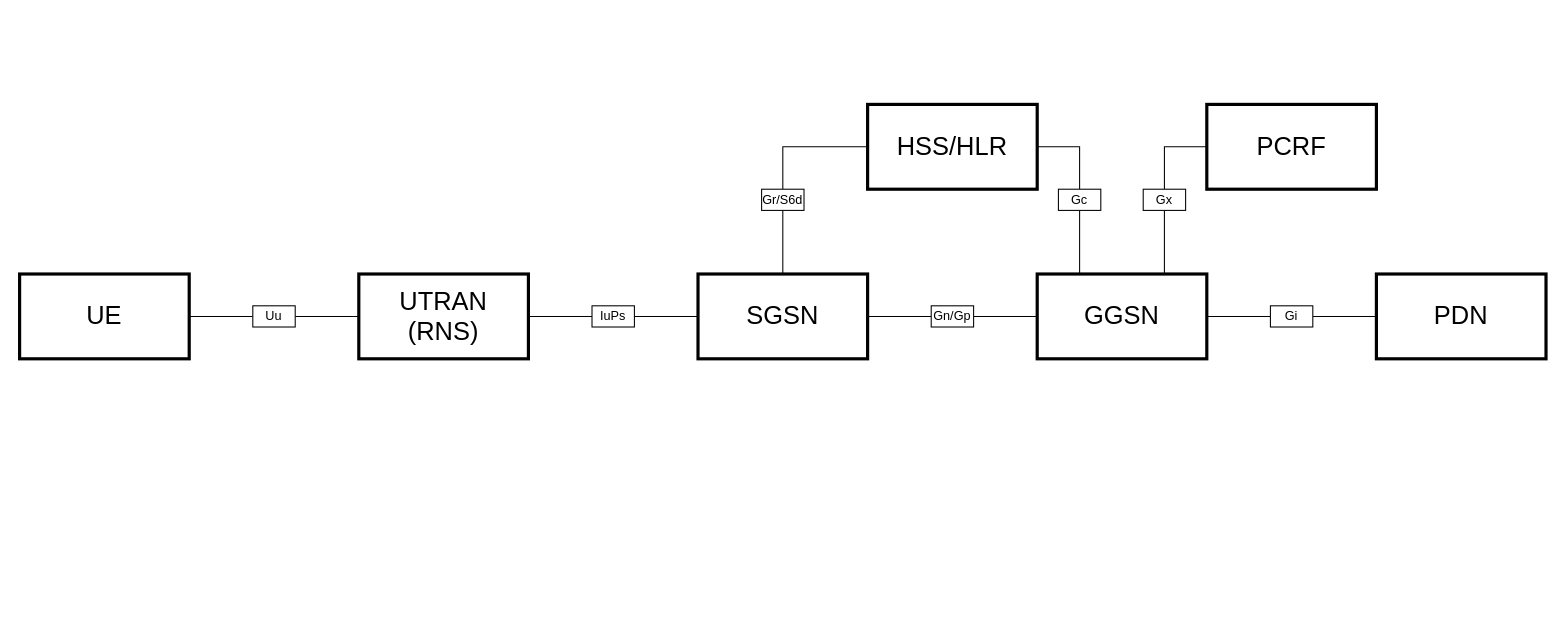
Earlier version of the draw.io diagram page "gprs-architecture" (3 of 4) of drawio/core-network.drawio (amirsarebani81/core-network). Source tidied: cells renumbered, new cells numbered last; positions are measured from the earlier drawing's top-left corner, leaving out a move shared by most shapes. Both pictures are drawn from the tidied source at 106%, with x=0, y=0 at pixel (19, 104).
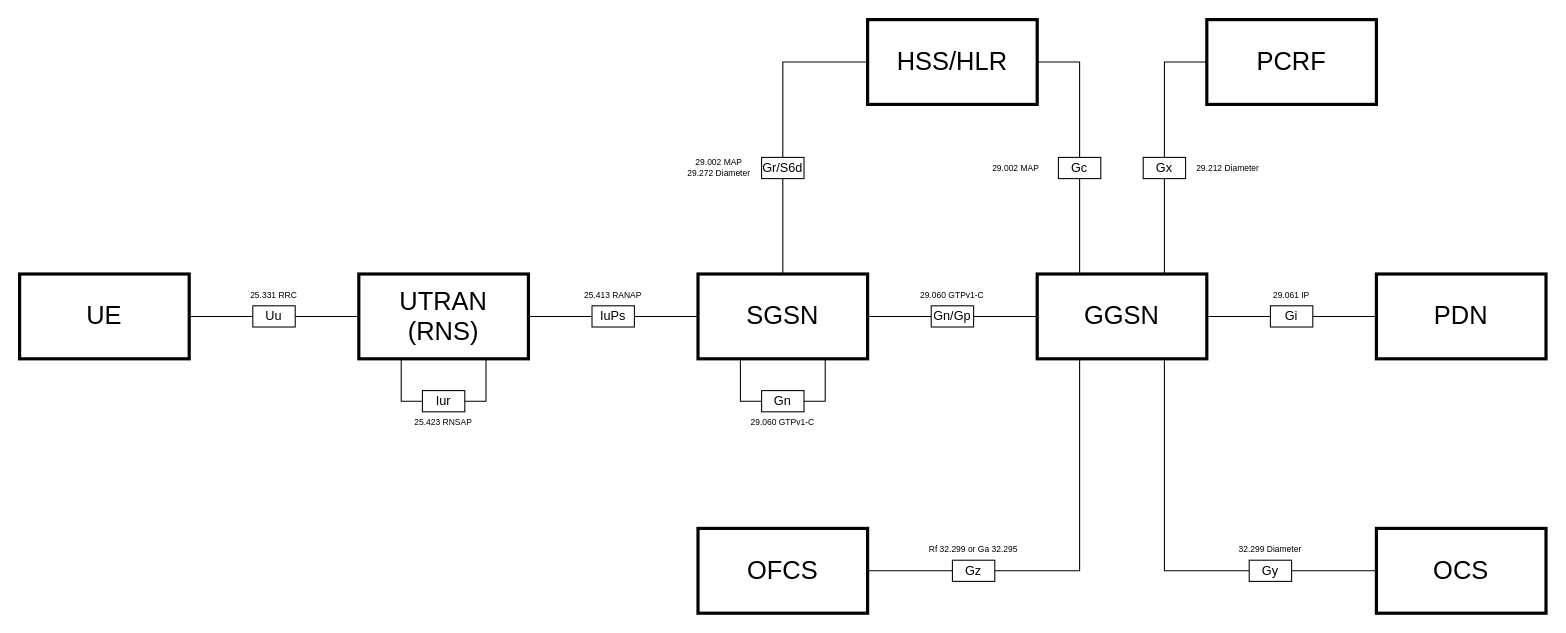
Above is the later version.

The change refers to these unchanged cells:
```xml
<mxCell id="3" value="UE" style="rounded=0;whiteSpace=wrap;html=1;fontFamily=Helvetica;fontSize=24;strokeWidth=3;convertToSvg=1;svgWhiteSpace=wrap;" parent="1" vertex="1">
  <mxGeometry y="160" width="160" height="80" as="geometry" />
</mxCell>
<mxCell id="5" value="UTRAN&lt;br&gt;(RNS)" style="rounded=0;whiteSpace=wrap;html=1;fontFamily=Helvetica;fontSize=24;strokeWidth=3;convertToSvg=1;svgWhiteSpace=wrap;" parent="1" vertex="1">
  <mxGeometry x="320" y="160" width="160" height="80" as="geometry" />
</mxCell>
<mxCell id="8" value="SGSN" style="rounded=0;whiteSpace=wrap;html=1;fontFamily=Helvetica;fontSize=24;strokeWidth=3;convertToSvg=1;svgWhiteSpace=wrap;" parent="1" vertex="1">
  <mxGeometry x="640" y="160" width="160" height="80" as="geometry" />
</mxCell>
<mxCell id="12" value="GGSN" style="rounded=0;whiteSpace=wrap;html=1;fontFamily=Helvetica;fontSize=24;strokeWidth=3;convertToSvg=1;svgWhiteSpace=wrap;" parent="1" vertex="1">
  <mxGeometry x="960" y="160" width="160" height="80" as="geometry" />
</mxCell>
<mxCell id="13" value="PDN" style="rounded=0;whiteSpace=wrap;html=1;fontFamily=Helvetica;fontSize=24;strokeWidth=3;convertToSvg=1;svgWhiteSpace=wrap;" parent="1" vertex="1">
  <mxGeometry x="1280" y="160" width="160" height="80" as="geometry" />
</mxCell>
```

Change to the diagram source:
```diff
@@
-    <mxCell id="2" style="edgeStyle=orthogonalEdgeStyle;rounded=0;jettySize=auto;html=1;exitX=1;exitY=0.5;exitDx=0;exitDy=0;entryX=0;entryY=0.5;entryDx=0;entryDy=0;endArrow=none;endFill=0;" parent="1" edge="1" source="3" target="15">
-      <mxGeometry relative="1" as="geometry" />
-    </mxCell>
@@
-    <mxCell id="4" style="edgeStyle=orthogonalEdgeStyle;rounded=0;jettySize=auto;html=1;exitX=1;exitY=0.5;exitDx=0;exitDy=0;entryX=0;entryY=0.5;entryDx=0;entryDy=0;endArrow=none;endFill=0;" parent="1" edge="1" source="5" target="17">
-      <mxGeometry relative="1" as="geometry" />
-    </mxCell>
@@
-    <mxCell id="6" style="edgeStyle=orthogonalEdgeStyle;rounded=0;jettySize=auto;html=1;exitX=1;exitY=0.5;exitDx=0;exitDy=0;entryX=0;entryY=0.5;entryDx=0;entryDy=0;endArrow=none;endFill=0;" parent="1" edge="1" source="8" target="19">
-      <mxGeometry relative="1" as="geometry" />
-    </mxCell>
-    <mxCell id="7" style="edgeStyle=orthogonalEdgeStyle;rounded=0;jettySize=auto;html=1;exitX=0.5;exitY=0;exitDx=0;exitDy=0;entryX=0.5;entryY=1;entryDx=0;entryDy=0;endArrow=none;endFill=0;" parent="1" edge="1" source="8" target="24">
-      <mxGeometry relative="1" as="geometry" />
-    </mxCell>
@@
-    <mxCell id="9" style="edgeStyle=orthogonalEdgeStyle;rounded=0;jettySize=auto;html=1;exitX=1;exitY=0.5;exitDx=0;exitDy=0;entryX=0;entryY=0.5;entryDx=0;entryDy=0;endArrow=none;endFill=0;" parent="1" edge="1" source="12" target="21">
-      <mxGeometry relative="1" as="geometry" />
-    </mxCell>
-    <mxCell id="10" style="edgeStyle=orthogonalEdgeStyle;rounded=0;jettySize=auto;html=1;exitX=0.25;exitY=0;exitDx=0;exitDy=0;entryX=0.5;entryY=1;entryDx=0;entryDy=0;endArrow=none;endFill=0;" parent="1" edge="1" source="12" target="26">
-      <mxGeometry relative="1" as="geometry">
-        <Array as="points">
-          <mxPoint x="1000" y="100" />
-        </Array>
-      </mxGeometry>
-    </mxCell>
-    <mxCell id="11" style="edgeStyle=orthogonalEdgeStyle;rounded=0;jettySize=auto;html=1;exitX=0.75;exitY=0;exitDx=0;exitDy=0;entryX=0.5;entryY=1;entryDx=0;entryDy=0;endArrow=none;endFill=0;" parent="1" edge="1" source="12" target="29">
-      <mxGeometry relative="1" as="geometry" />
-    </mxCell>
@@
+    <mxCell id="22" value="HSS/HLR" style="rounded=0;whiteSpace=wrap;html=1;fontFamily=Helvetica;fontSize=24;strokeWidth=3;convertToSvg=1;svgWhiteSpace=wrap;" parent="1" vertex="1">
+      <mxGeometry x="800" y="-80" width="160" height="80" as="geometry" />
+    </mxCell>
+    <mxCell id="27" value="PCRF" style="rounded=0;whiteSpace=wrap;html=1;fontFamily=Helvetica;fontSize=24;strokeWidth=3;convertToSvg=1;svgWhiteSpace=wrap;" parent="1" vertex="1">
+      <mxGeometry x="1120" y="-80" width="160" height="80" as="geometry" />
+    </mxCell>
+    <mxCell id="30" value="OFCS" style="rounded=0;whiteSpace=wrap;html=1;fontFamily=Helvetica;fontSize=24;strokeWidth=3;convertToSvg=1;svgWhiteSpace=wrap;" parent="1" vertex="1">
+      <mxGeometry x="640" y="400" width="160" height="80" as="geometry" />
+    </mxCell>
+    <mxCell id="31" value="OCS" style="rounded=0;whiteSpace=wrap;html=1;fontFamily=Helvetica;fontSize=24;strokeWidth=3;convertToSvg=1;svgWhiteSpace=wrap;" parent="1" vertex="1">
+      <mxGeometry x="1280" y="400" width="160" height="80" as="geometry" />
+    </mxCell>
+    <mxCell id="15" value="Uu" style="rounded=0;whiteSpace=wrap;html=1;fontSize=12;strokeWidth=1;convertToSvg=1;svgWhiteSpace=wrap;" parent="1" vertex="1">
+      <mxGeometry x="220" y="190" width="40" height="20" as="geometry" />
+    </mxCell>
+    <mxCell id="32" value="25.331 RRC" style="text;html=1;whiteSpace=wrap;strokeColor=none;fillColor=none;align=center;verticalAlign=middle;rounded=0;fontSize=8;convertToSvg=1;svgWhiteSpace=wrap;" parent="1" vertex="1">
+      <mxGeometry x="200" y="170" width="80" height="20" as="geometry" />
+    </mxCell>
+    <mxCell id="2" style="edgeStyle=orthogonalEdgeStyle;rounded=0;jettySize=auto;html=1;exitX=1;exitY=0.5;exitDx=0;exitDy=0;entryX=0;entryY=0.5;entryDx=0;entryDy=0;endArrow=none;endFill=0;convertToSvg=1;" parent="1" edge="1" source="3" target="15">
+      <mxGeometry relative="1" as="geometry" />
+    </mxCell>
-    <mxCell id="14" style="edgeStyle=orthogonalEdgeStyle;rounded=0;jettySize=auto;html=1;exitX=1;exitY=0.5;exitDx=0;exitDy=0;entryX=0;entryY=0.5;entryDx=0;entryDy=0;endArrow=none;endFill=0;" parent="1" edge="1" source="15" target="5">
+    <mxCell id="14" style="edgeStyle=orthogonalEdgeStyle;rounded=0;jettySize=auto;html=1;exitX=1;exitY=0.5;exitDx=0;exitDy=0;entryX=0;entryY=0.5;entryDx=0;entryDy=0;endArrow=none;endFill=0;convertToSvg=1;" parent="1" edge="1" source="15" target="5">
       <mxGeometry relative="1" as="geometry" />
     </mxCell>
-    <mxCell id="15" value="Uu" style="rounded=0;whiteSpace=wrap;html=1;fontSize=12;strokeWidth=1;convertToSvg=1;svgWhiteSpace=wrap;" parent="1" vertex="1">
-      <mxGeometry x="220" y="190" width="40" height="20" as="geometry" />
-    </mxCell>
+    <mxCell id="17" value="IuPs" style="rounded=0;whiteSpace=wrap;html=1;fontSize=12;strokeWidth=1;convertToSvg=1;svgWhiteSpace=wrap;" parent="1" vertex="1">
+      <mxGeometry x="540" y="190" width="40" height="20" as="geometry" />
+    </mxCell>
+    <mxCell id="33" value="25.413 RANAP" style="text;html=1;whiteSpace=wrap;strokeColor=none;fillColor=none;align=center;verticalAlign=middle;rounded=0;fontSize=8;convertToSvg=1;svgWhiteSpace=wrap;" parent="1" vertex="1">
+      <mxGeometry x="520" y="170" width="80" height="20" as="geometry" />
+    </mxCell>
+    <mxCell id="4" style="edgeStyle=orthogonalEdgeStyle;rounded=0;jettySize=auto;html=1;exitX=1;exitY=0.5;exitDx=0;exitDy=0;entryX=0;entryY=0.5;entryDx=0;entryDy=0;endArrow=none;endFill=0;convertToSvg=1;" parent="1" edge="1" source="5" target="17">
+      <mxGeometry relative="1" as="geometry" />
+    </mxCell>
-    <mxCell id="16" style="edgeStyle=orthogonalEdgeStyle;rounded=0;jettySize=auto;html=1;exitX=1;exitY=0.5;exitDx=0;exitDy=0;entryX=0;entryY=0.5;entryDx=0;entryDy=0;endArrow=none;endFill=0;" parent="1" edge="1" source="17" target="8">
+    <mxCell id="16" style="edgeStyle=orthogonalEdgeStyle;rounded=0;jettySize=auto;html=1;exitX=1;exitY=0.5;exitDx=0;exitDy=0;entryX=0;entryY=0.5;entryDx=0;entryDy=0;endArrow=none;endFill=0;convertToSvg=1;" parent="1" edge="1" source="17" target="8">
       <mxGeometry relative="1" as="geometry" />
     </mxCell>
-    <mxCell id="17" value="IuPs" style="rounded=0;whiteSpace=wrap;html=1;fontSize=12;strokeWidth=1;convertToSvg=1;svgWhiteSpace=wrap;" parent="1" vertex="1">
-      <mxGeometry x="540" y="190" width="40" height="20" as="geometry" />
-    </mxCell>
+    <mxCell id="19" value="Gn/Gp" style="rounded=0;whiteSpace=wrap;html=1;fontSize=12;strokeWidth=1;convertToSvg=1;svgWhiteSpace=wrap;" parent="1" vertex="1">
+      <mxGeometry x="860" y="190" width="40" height="20" as="geometry" />
+    </mxCell>
+    <mxCell id="34" value="29.060 GTPv1-C" style="text;html=1;whiteSpace=wrap;strokeColor=none;fillColor=none;align=center;verticalAlign=middle;rounded=0;fontSize=8;convertToSvg=1;svgWhiteSpace=wrap;" parent="1" vertex="1">
+      <mxGeometry x="840" y="170" width="80" height="20" as="geometry" />
+    </mxCell>
+    <mxCell id="6" style="edgeStyle=orthogonalEdgeStyle;rounded=0;jettySize=auto;html=1;exitX=1;exitY=0.5;exitDx=0;exitDy=0;entryX=0;entryY=0.5;entryDx=0;entryDy=0;endArrow=none;endFill=0;convertToSvg=1;" parent="1" edge="1" source="8" target="19">
+      <mxGeometry relative="1" as="geometry" />
+    </mxCell>
-    <mxCell id="18" style="edgeStyle=orthogonalEdgeStyle;rounded=0;jettySize=auto;html=1;exitX=1;exitY=0.5;exitDx=0;exitDy=0;entryX=0;entryY=0.5;entryDx=0;entryDy=0;endArrow=none;endFill=0;" parent="1" edge="1" source="19" target="12">
+    <mxCell id="18" style="edgeStyle=orthogonalEdgeStyle;rounded=0;jettySize=auto;html=1;exitX=1;exitY=0.5;exitDx=0;exitDy=0;entryX=0;entryY=0.5;entryDx=0;entryDy=0;endArrow=none;endFill=0;convertToSvg=1;" parent="1" edge="1" source="19" target="12">
       <mxGeometry relative="1" as="geometry" />
     </mxCell>
-    <mxCell id="19" value="Gn/Gp" style="rounded=0;whiteSpace=wrap;html=1;fontSize=12;strokeWidth=1;convertToSvg=1;svgWhiteSpace=wrap;" parent="1" vertex="1">
-      <mxGeometry x="860" y="190" width="40" height="20" as="geometry" />
-    </mxCell>
+    <mxCell id="21" value="Gi" style="rounded=0;whiteSpace=wrap;html=1;fontSize=12;strokeWidth=1;convertToSvg=1;svgWhiteSpace=wrap;" parent="1" vertex="1">
+      <mxGeometry x="1180" y="190" width="40" height="20" as="geometry" />
+    </mxCell>
+    <mxCell id="35" value="29.061 IP" style="text;html=1;whiteSpace=wrap;strokeColor=none;fillColor=none;align=center;verticalAlign=middle;rounded=0;fontSize=8;convertToSvg=1;svgWhiteSpace=wrap;" parent="1" vertex="1">
+      <mxGeometry x="1160" y="170" width="80" height="20" as="geometry" />
+    </mxCell>
+    <mxCell id="9" style="edgeStyle=orthogonalEdgeStyle;rounded=0;jettySize=auto;html=1;exitX=1;exitY=0.5;exitDx=0;exitDy=0;entryX=0;entryY=0.5;entryDx=0;entryDy=0;endArrow=none;endFill=0;convertToSvg=1;" parent="1" edge="1" source="12" target="21">
+      <mxGeometry relative="1" as="geometry" />
+    </mxCell>
-    <mxCell id="20" style="edgeStyle=orthogonalEdgeStyle;rounded=0;jettySize=auto;html=1;exitX=1;exitY=0.5;exitDx=0;exitDy=0;entryX=0;entryY=0.5;entryDx=0;entryDy=0;endArrow=none;endFill=0;" parent="1" edge="1" source="21" target="13">
+    <mxCell id="20" style="edgeStyle=orthogonalEdgeStyle;rounded=0;jettySize=auto;html=1;exitX=1;exitY=0.5;exitDx=0;exitDy=0;entryX=0;entryY=0.5;entryDx=0;entryDy=0;endArrow=none;endFill=0;convertToSvg=1;" parent="1" edge="1" source="21" target="13">
       <mxGeometry relative="1" as="geometry" />
     </mxCell>
-    <mxCell id="21" value="Gi" style="rounded=0;whiteSpace=wrap;html=1;fontSize=12;strokeWidth=1;convertToSvg=1;svgWhiteSpace=wrap;" parent="1" vertex="1">
-      <mxGeometry x="1180" y="190" width="40" height="20" as="geometry" />
-    </mxCell>
-    <mxCell id="22" value="HSS/HLR" style="rounded=0;whiteSpace=wrap;html=1;fontFamily=Helvetica;fontSize=24;strokeWidth=3;convertToSvg=1;svgWhiteSpace=wrap;" parent="1" vertex="1">
-      <mxGeometry x="800" width="160" height="80" as="geometry" />
-    </mxCell>
+    <mxCell id="36" value="Iur" style="rounded=0;whiteSpace=wrap;html=1;fontSize=12;strokeWidth=1;convertToSvg=1;svgWhiteSpace=wrap;" parent="1" vertex="1">
+      <mxGeometry x="380" y="270" width="40" height="20" as="geometry" />
+    </mxCell>
+    <mxCell id="37" value="25.423 RNSAP" style="text;html=1;whiteSpace=wrap;strokeColor=none;fillColor=none;align=center;verticalAlign=middle;rounded=0;fontSize=8;convertToSvg=1;svgWhiteSpace=wrap;" parent="1" vertex="1">
+      <mxGeometry x="360" y="290" width="80" height="20" as="geometry" />
+    </mxCell>
+    <mxCell id="38" style="edgeStyle=orthogonalEdgeStyle;rounded=0;jettySize=auto;html=1;exitX=0.25;exitY=1;exitDx=0;exitDy=0;exitPerimeter=0;entryX=0;entryY=0.5;entryDx=0;entryDy=0;endArrow=none;endFill=0;convertToSvg=1;" parent="1" edge="1" source="5" target="36">
+      <mxGeometry relative="1" as="geometry">
+        <Array as="points">
+          <mxPoint x="360" y="280" />
+        </Array>
+      </mxGeometry>
+    </mxCell>
+    <mxCell id="39" style="edgeStyle=orthogonalEdgeStyle;rounded=0;jettySize=auto;html=1;exitX=1;exitY=0.5;exitDx=0;exitDy=0;entryX=0.75;entryY=1;entryDx=0;entryDy=0;entryPerimeter=0;endArrow=none;endFill=0;convertToSvg=1;" parent="1" edge="1" source="36" target="5">
+      <mxGeometry relative="1" as="geometry">
+        <Array as="points">
+          <mxPoint x="440" y="280" />
+        </Array>
+      </mxGeometry>
+    </mxCell>
+    <mxCell id="40" value="Gn" style="rounded=0;whiteSpace=wrap;html=1;fontSize=12;strokeWidth=1;convertToSvg=1;svgWhiteSpace=wrap;" parent="1" vertex="1">
+      <mxGeometry x="700" y="270" width="40" height="20" as="geometry" />
+    </mxCell>
+    <mxCell id="41" value="29.060 GTPv1-C" style="text;html=1;whiteSpace=wrap;strokeColor=none;fillColor=none;align=center;verticalAlign=middle;rounded=0;fontSize=8;convertToSvg=1;svgWhiteSpace=wrap;" parent="1" vertex="1">
+      <mxGeometry x="680" y="290" width="80" height="20" as="geometry" />
+    </mxCell>
+    <mxCell id="42" style="edgeStyle=orthogonalEdgeStyle;rounded=0;jettySize=auto;html=1;exitX=0.25;exitY=1;exitDx=0;exitDy=0;exitPerimeter=0;entryX=0;entryY=0.5;entryDx=0;entryDy=0;endArrow=none;endFill=0;convertToSvg=1;" parent="1" edge="1" source="8" target="40">
+      <mxGeometry relative="1" as="geometry">
+        <Array as="points">
+          <mxPoint x="680" y="280" />
+        </Array>
+      </mxGeometry>
+    </mxCell>
+    <mxCell id="43" style="edgeStyle=orthogonalEdgeStyle;rounded=0;jettySize=auto;html=1;exitX=1;exitY=0.5;exitDx=0;exitDy=0;entryX=0.75;entryY=1;entryDx=0;entryDy=0;entryPerimeter=0;endArrow=none;endFill=0;convertToSvg=1;" parent="1" edge="1" source="40" target="8">
+      <mxGeometry relative="1" as="geometry">
+        <Array as="points">
+          <mxPoint x="760" y="280" />
+        </Array>
+      </mxGeometry>
+    </mxCell>
+    <mxCell id="24" value="Gr/S6d" style="rounded=0;whiteSpace=wrap;html=1;fontSize=12;strokeWidth=1;convertToSvg=1;svgWhiteSpace=wrap;" parent="1" vertex="1">
+      <mxGeometry x="700" y="50" width="40" height="20" as="geometry" />
+    </mxCell>
+    <mxCell id="44" value="29.002 MAP&lt;br&gt;29.272 Diameter" style="text;html=1;whiteSpace=wrap;strokeColor=none;fillColor=none;align=center;verticalAlign=middle;rounded=0;fontSize=8;convertToSvg=1;svgWhiteSpace=wrap;" parent="1" vertex="1">
+      <mxGeometry x="620" y="50" width="80" height="20" as="geometry" />
+    </mxCell>
+    <mxCell id="7" style="edgeStyle=orthogonalEdgeStyle;rounded=0;jettySize=auto;html=1;exitX=0.5;exitY=0;exitDx=0;exitDy=0;entryX=0.5;entryY=1;entryDx=0;entryDy=0;endArrow=none;endFill=0;convertToSvg=1;" parent="1" edge="1" source="8" target="24">
+      <mxGeometry relative="1" as="geometry" />
+    </mxCell>
-    <mxCell id="23" style="edgeStyle=orthogonalEdgeStyle;rounded=0;jettySize=auto;html=1;exitX=0.5;exitY=0;exitDx=0;exitDy=0;entryX=0;entryY=0.5;entryDx=0;entryDy=0;endArrow=none;endFill=0;" parent="1" edge="1" source="24" target="22">
-      <mxGeometry relative="1" as="geometry" />
+    <mxCell id="23" style="edgeStyle=orthogonalEdgeStyle;rounded=0;jettySize=auto;html=1;exitX=0.5;exitY=0;exitDx=0;exitDy=0;entryX=0;entryY=0.5;entryDx=0;entryDy=0;endArrow=none;endFill=0;convertToSvg=1;" parent="1" edge="1" source="24" target="22">
+      <mxGeometry relative="1" as="geometry">
+        <Array as="points">
+          <mxPoint x="720" y="-40" />
+        </Array>
+      </mxGeometry>
     </mxCell>
-    <mxCell id="24" value="Gr/S6d" style="rounded=0;whiteSpace=wrap;html=1;fontSize=12;strokeWidth=1;convertToSvg=1;svgWhiteSpace=wrap;" parent="1" vertex="1">
-      <mxGeometry x="700" y="80" width="40" height="20" as="geometry" />
-    </mxCell>
+    <mxCell id="26" value="Gc" style="rounded=0;whiteSpace=wrap;html=1;fontSize=12;strokeWidth=1;convertToSvg=1;svgWhiteSpace=wrap;" parent="1" vertex="1">
+      <mxGeometry x="980" y="50" width="40" height="20" as="geometry" />
+    </mxCell>
+    <mxCell id="45" value="29.002 MAP" style="text;html=1;whiteSpace=wrap;strokeColor=none;fillColor=none;align=center;verticalAlign=middle;rounded=0;fontSize=8;convertToSvg=1;svgWhiteSpace=wrap;" parent="1" vertex="1">
+      <mxGeometry x="900" y="50" width="80" height="20" as="geometry" />
+    </mxCell>
+    <mxCell id="10" style="edgeStyle=orthogonalEdgeStyle;rounded=0;jettySize=auto;html=1;exitX=0.25;exitY=0;exitDx=0;exitDy=0;exitPerimeter=0;entryX=0.5;entryY=1;entryDx=0;entryDy=0;endArrow=none;endFill=0;convertToSvg=1;" parent="1" edge="1" source="12" target="26">
+      <mxGeometry relative="1" as="geometry" />
+    </mxCell>
-    <mxCell id="25" style="edgeStyle=orthogonalEdgeStyle;rounded=0;jettySize=auto;html=1;exitX=0.5;exitY=0;exitDx=0;exitDy=0;entryX=1;entryY=0.5;entryDx=0;entryDy=0;endArrow=none;endFill=0;" parent="1" edge="1" source="26" target="22">
+    <mxCell id="25" style="edgeStyle=orthogonalEdgeStyle;rounded=0;jettySize=auto;html=1;exitX=0.5;exitY=0;exitDx=0;exitDy=0;entryX=1;entryY=0.5;entryDx=0;entryDy=0;endArrow=none;endFill=0;convertToSvg=1;" parent="1" edge="1" source="26" target="22">
       <mxGeometry relative="1" as="geometry">
         <Array as="points">
-          <mxPoint x="1000" y="40" />
+          <mxPoint x="1000" y="-40" />
         </Array>
       </mxGeometry>
     </mxCell>
-    <mxCell id="26" value="Gc" style="rounded=0;whiteSpace=wrap;html=1;fontSize=12;strokeWidth=1;convertToSvg=1;svgWhiteSpace=wrap;" parent="1" vertex="1">
-      <mxGeometry x="980" y="80" width="40" height="20" as="geometry" />
-    </mxCell>
-    <mxCell id="27" value="PCRF" style="rounded=0;whiteSpace=wrap;html=1;fontFamily=Helvetica;fontSize=24;strokeWidth=3;convertToSvg=1;svgWhiteSpace=wrap;" parent="1" vertex="1">
-      <mxGeometry x="1120" width="160" height="80" as="geometry" />
-    </mxCell>
+    <mxCell id="29" value="Gx" style="rounded=0;whiteSpace=wrap;html=1;fontSize=12;strokeWidth=1;convertToSvg=1;svgWhiteSpace=wrap;" parent="1" vertex="1">
+      <mxGeometry x="1060" y="50" width="40" height="20" as="geometry" />
+    </mxCell>
+    <mxCell id="46" value="29.212 Diameter" style="text;html=1;whiteSpace=wrap;strokeColor=none;fillColor=none;align=center;verticalAlign=middle;rounded=0;fontSize=8;convertToSvg=1;svgWhiteSpace=wrap;" parent="1" vertex="1">
+      <mxGeometry x="1100" y="50" width="80" height="20" as="geometry" />
+    </mxCell>
+    <mxCell id="11" style="edgeStyle=orthogonalEdgeStyle;rounded=0;jettySize=auto;html=1;exitX=0.75;exitY=0;exitDx=0;exitDy=0;exitPerimeter=0;entryX=0.5;entryY=1;entryDx=0;entryDy=0;endArrow=none;endFill=0;convertToSvg=1;" parent="1" edge="1" source="12" target="29">
+      <mxGeometry relative="1" as="geometry" />
+    </mxCell>
-    <mxCell id="28" style="edgeStyle=orthogonalEdgeStyle;rounded=0;jettySize=auto;html=1;exitX=0.5;exitY=0;exitDx=0;exitDy=0;entryX=0;entryY=0.5;entryDx=0;entryDy=0;endArrow=none;endFill=0;" parent="1" edge="1" source="29" target="27">
-      <mxGeometry relative="1" as="geometry" />
+    <mxCell id="28" style="edgeStyle=orthogonalEdgeStyle;rounded=0;jettySize=auto;html=1;exitX=0.5;exitY=0;exitDx=0;exitDy=0;entryX=0;entryY=0.5;entryDx=0;entryDy=0;endArrow=none;endFill=0;convertToSvg=1;" parent="1" edge="1" source="29" target="27">
+      <mxGeometry relative="1" as="geometry">
+        <Array as="points">
+          <mxPoint x="1080" y="-40" />
+        </Array>
+      </mxGeometry>
     </mxCell>
-    <mxCell id="29" value="Gx" style="rounded=0;whiteSpace=wrap;html=1;fontSize=12;strokeWidth=1;convertToSvg=1;svgWhiteSpace=wrap;" parent="1" vertex="1">
-      <mxGeometry x="1060" y="80" width="40" height="20" as="geometry" />
-    </mxCell>
+    <mxCell id="47" value="Gz" style="rounded=0;whiteSpace=wrap;html=1;fontSize=12;strokeWidth=1;convertToSvg=1;svgWhiteSpace=wrap;" parent="1" vertex="1">
+      <mxGeometry x="880" y="430" width="40" height="20" as="geometry" />
+    </mxCell>
+    <mxCell id="48" value="Rf 32.299 or Ga 32.295" style="text;html=1;whiteSpace=wrap;strokeColor=none;fillColor=none;align=center;verticalAlign=middle;rounded=0;fontSize=8;convertToSvg=1;svgWhiteSpace=wrap;" parent="1" vertex="1">
+      <mxGeometry x="840" y="410" width="120" height="20" as="geometry" />
+    </mxCell>
+    <mxCell id="49" style="edgeStyle=orthogonalEdgeStyle;rounded=0;jettySize=auto;html=1;exitX=0.25;exitY=1;exitDx=0;exitDy=0;exitPerimeter=0;entryX=1;entryY=0.5;entryDx=0;entryDy=0;endArrow=none;endFill=0;convertToSvg=1;" parent="1" edge="1" source="12" target="47">
+      <mxGeometry relative="1" as="geometry">
+        <Array as="points">
+          <mxPoint x="1000" y="440" />
+        </Array>
+      </mxGeometry>
+    </mxCell>
+    <mxCell id="50" style="edgeStyle=orthogonalEdgeStyle;rounded=0;jettySize=auto;html=1;exitX=0;exitY=0.5;exitDx=0;exitDy=0;entryX=1;entryY=0.5;entryDx=0;entryDy=0;endArrow=none;endFill=0;convertToSvg=1;" parent="1" edge="1" source="47" target="30">
+      <mxGeometry relative="1" as="geometry" />
+    </mxCell>
+    <mxCell id="51" value="Gy" style="rounded=0;whiteSpace=wrap;html=1;fontSize=12;strokeWidth=1;convertToSvg=1;svgWhiteSpace=wrap;" parent="1" vertex="1">
+      <mxGeometry x="1160" y="430" width="40" height="20" as="geometry" />
+    </mxCell>
+    <mxCell id="52" value="32.299 Diameter" style="text;html=1;whiteSpace=wrap;strokeColor=none;fillColor=none;align=center;verticalAlign=middle;rounded=0;fontSize=8;convertToSvg=1;svgWhiteSpace=wrap;" parent="1" vertex="1">
+      <mxGeometry x="1140" y="410" width="80" height="20" as="geometry" />
+    </mxCell>
+    <mxCell id="53" style="edgeStyle=orthogonalEdgeStyle;rounded=0;jettySize=auto;html=1;exitX=0.75;exitY=1;exitDx=0;exitDy=0;exitPerimeter=0;entryX=0;entryY=0.5;entryDx=0;entryDy=0;endArrow=none;endFill=0;convertToSvg=1;" parent="1" edge="1" source="12" target="51">
+      <mxGeometry relative="1" as="geometry">
+        <Array as="points">
+          <mxPoint x="1080" y="440" />
+        </Array>
+      </mxGeometry>
+    </mxCell>
+    <mxCell id="54" style="edgeStyle=orthogonalEdgeStyle;rounded=0;jettySize=auto;html=1;exitX=1;exitY=0.5;exitDx=0;exitDy=0;entryX=0;entryY=0.5;entryDx=0;entryDy=0;endArrow=none;endFill=0;convertToSvg=1;" parent="1" edge="1" source="51" target="31">
+      <mxGeometry relative="1" as="geometry" />
+    </mxCell>
```
